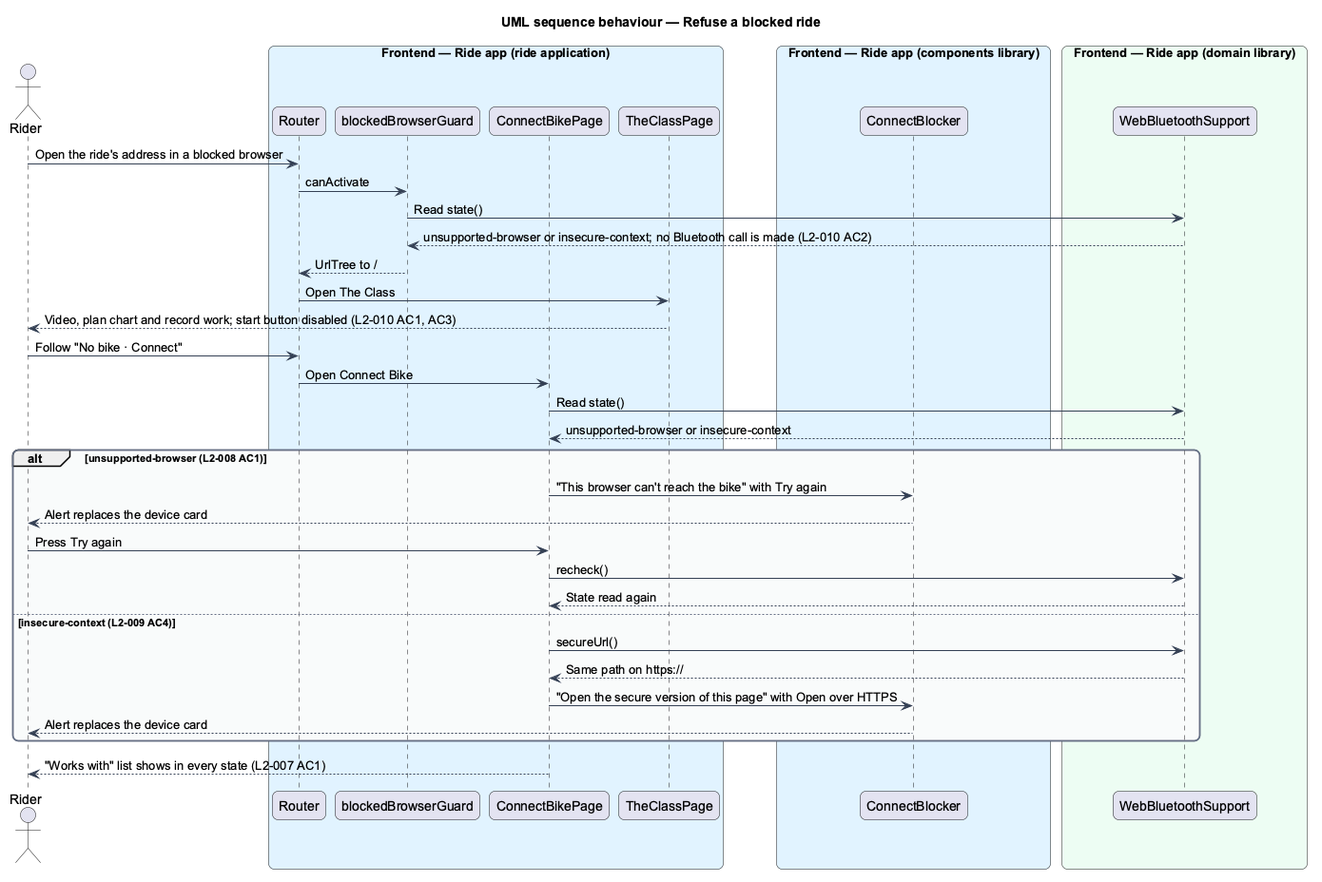
Above: docs/detailed-designs/bike/check-bike-and-browser-support/diagrams/sequence-refuse-a-blocked-ride.png in QuinntyneBrown/ride-one (PlantUML), before the change.
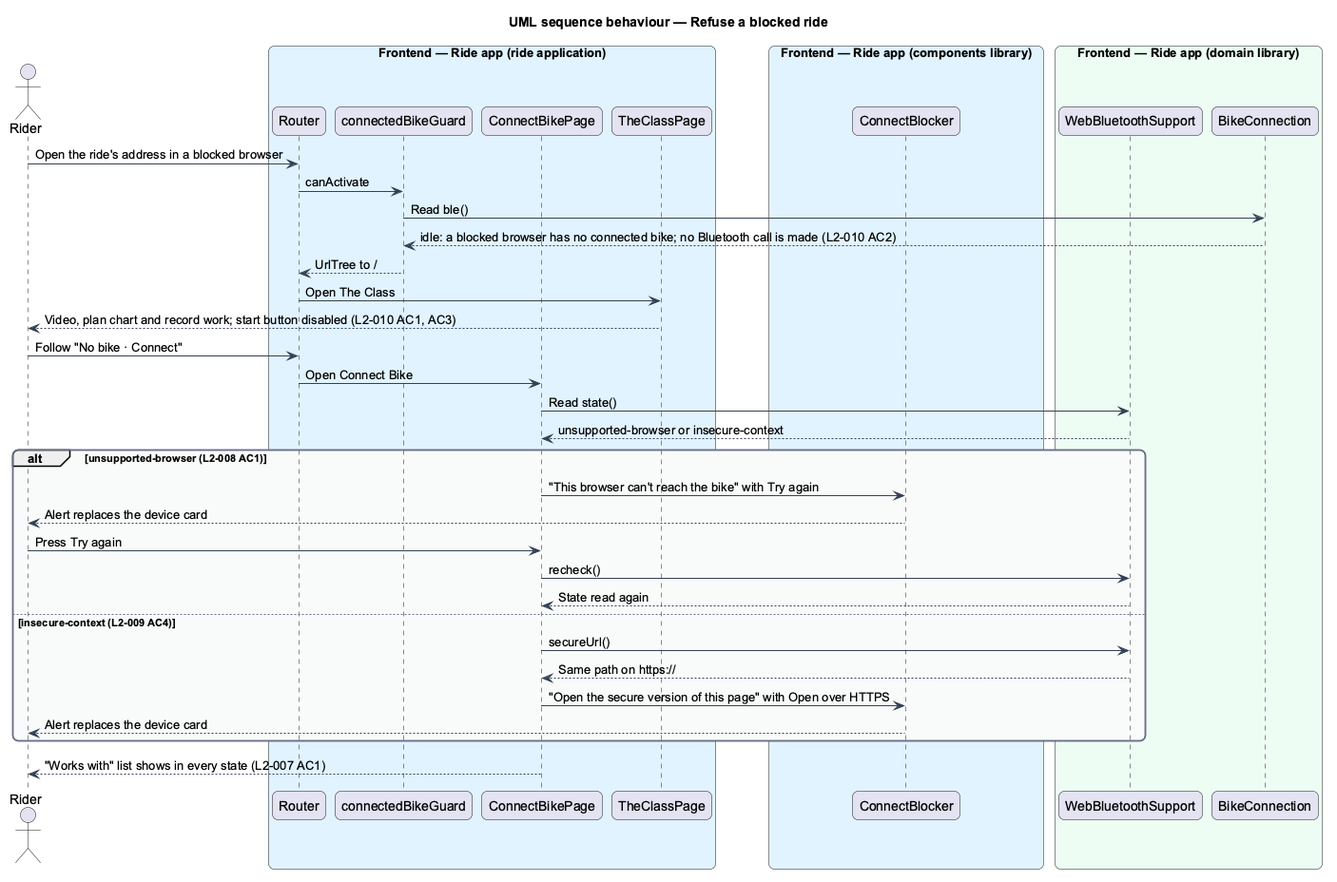
After the commit.

The edit, as a diff of the source:
```diff
@@ -17,7 +17,7 @@
 actor "Rider" as rider
 box "Frontend — Ride app (ride application)" #E0F2FE
   participant "Router" as router
-  participant "blockedBrowserGuard" as guard
+  participant "connectedBikeGuard" as guard
   participant "ConnectBikePage" as connect
   participant "TheClassPage" as page
 end box
@@ -26,11 +26,12 @@
 end box
 box "Frontend — Ride app (domain library)" #ECFDF3
   participant "WebBluetoothSupport" as support
+  participant "BikeConnection" as conn
 end box
 rider -> router : Open the ride's address in a blocked browser
 router -> guard : canActivate
-guard -> support : Read state()
-support --> guard : unsupported-browser or insecure-context; no Bluetooth call is made (L2-010 AC2)
+guard -> conn : Read ble()
+conn --> guard : idle: a blocked browser has no connected bike; no Bluetooth call is made (L2-010 AC2)
 guard --> router : UrlTree to /
 router -> page : Open The Class
 page --> rider : Video, plan chart and record work; start button disabled (L2-010 AC1, AC3)
```
